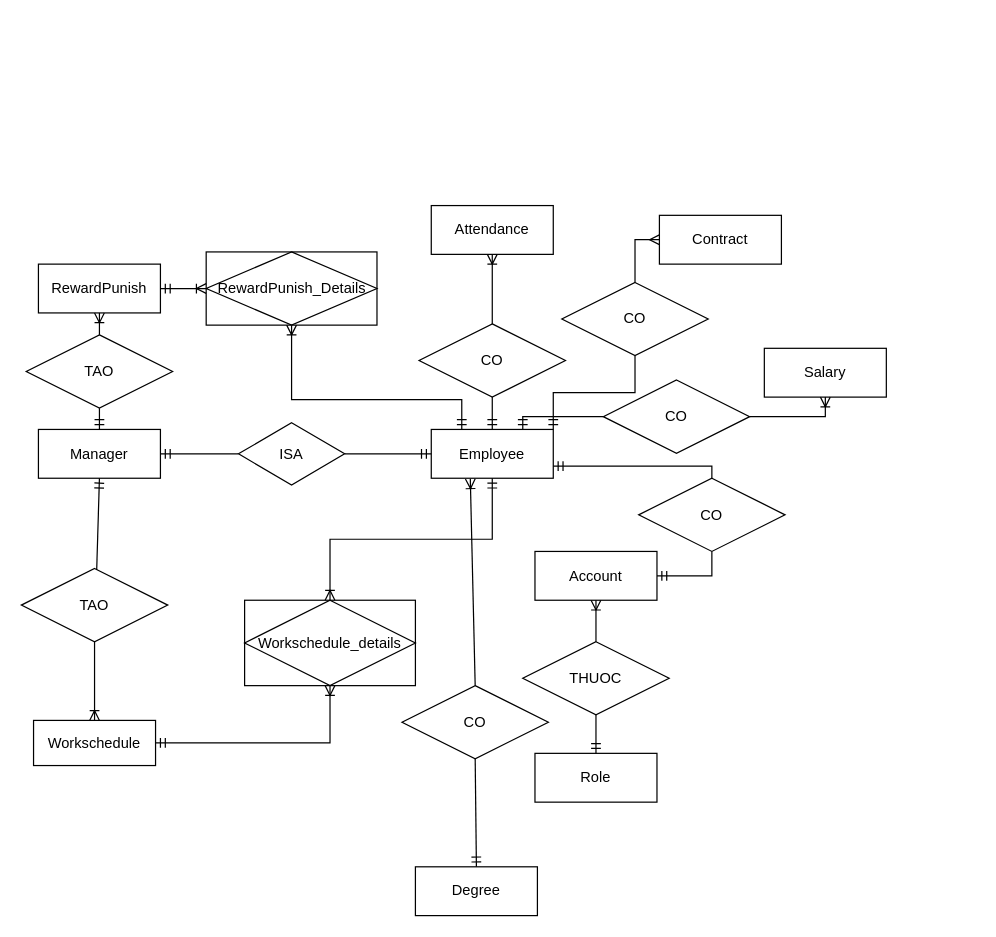
Before: page "Trang-3" (3 of 5) of tttn.drawio in VanTruongPTITHCM2002/DoAnJava, a draw.io diagram. Source tidied: cells renumbered, new cells numbered last; positions are measured from the earlier drawing's top-left corner, leaving out a move shared by most shapes. Both pictures are drawn from the tidied source at 122%, with x=0, y=0 at pixel (21, 205).
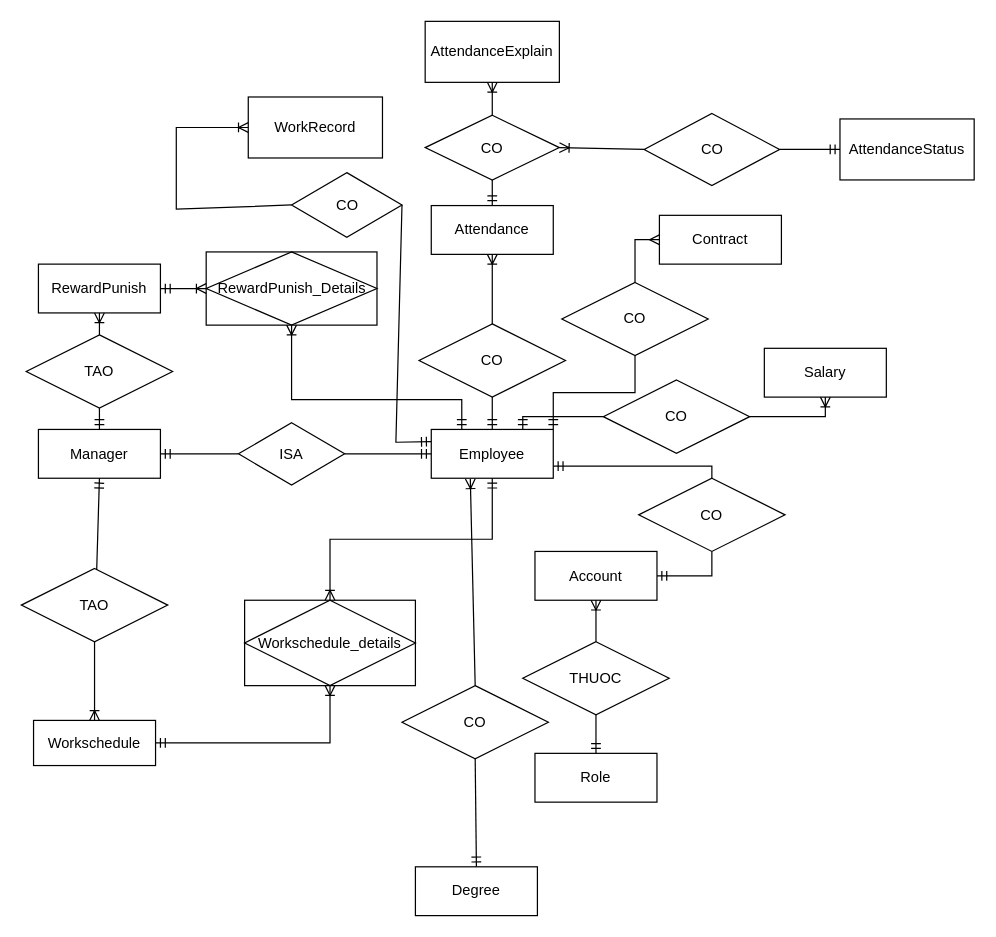
Above is the later version.

Unchanged cells that the change refers to:
```xml
<mxCell id="2" value="Employee" style="whiteSpace=wrap;html=1;align=center;" parent="1" vertex="1">
  <mxGeometry x="336" y="183.5" width="100" height="40" as="geometry" />
</mxCell>
<mxCell id="15" value="Attendance" style="whiteSpace=wrap;html=1;align=center;" parent="1" vertex="1">
  <mxGeometry x="336" width="100" height="40" as="geometry" />
</mxCell>
```

What changed in the source:
```diff
@@
+    <mxCell id="45" value="AttendanceStatus" style="html=1;whiteSpace=wrap;" parent="1" vertex="1">
+      <mxGeometry x="671" y="-71" width="110" height="50" as="geometry" />
+    </mxCell>
+    <mxCell id="46" value="WorkRecord" style="html=1;whiteSpace=wrap;" parent="1" vertex="1">
+      <mxGeometry x="186" y="-89" width="110" height="50" as="geometry" />
+    </mxCell>
+    <mxCell id="47" value="AttendanceExplain" style="html=1;whiteSpace=wrap;" parent="1" vertex="1">
+      <mxGeometry x="331" y="-151" width="110" height="50" as="geometry" />
+    </mxCell>
+    <mxCell id="48" value="CO" style="shape=rhombus;perimeter=rhombusPerimeter;whiteSpace=wrap;html=1;align=center;" parent="1" vertex="1">
+      <mxGeometry x="331" y="-74" width="110" height="53" as="geometry" />
+    </mxCell>
+    <mxCell id="49" style="fontSize=12;html=1;endArrow=ERmandOne;rounded=0;entryX=0.5;entryY=0;entryDx=0;entryDy=0;exitX=0.5;exitY=1;exitDx=0;exitDy=0;" parent="1" edge="1" source="48" target="15">
+      <mxGeometry relative="1" as="geometry" />
+    </mxCell>
+    <mxCell id="50" style="fontSize=12;html=1;endArrow=ERoneToMany;rounded=0;exitX=0.5;exitY=0;exitDx=0;exitDy=0;entryX=0.5;entryY=1;entryDx=0;entryDy=0;" parent="1" edge="1" source="48" target="47">
+      <mxGeometry relative="1" as="geometry" />
+    </mxCell>
+    <mxCell id="51" value="CO" style="shape=rhombus;perimeter=rhombusPerimeter;whiteSpace=wrap;html=1;align=center;" parent="1" vertex="1">
+      <mxGeometry x="510.5" y="-75.5" width="111" height="59" as="geometry" />
+    </mxCell>
+    <mxCell id="52" style="fontSize=12;html=1;endArrow=ERmandOne;rounded=0;exitX=1;exitY=0.5;exitDx=0;exitDy=0;entryX=0;entryY=0.5;entryDx=0;entryDy=0;" parent="1" edge="1" source="51" target="45">
+      <mxGeometry relative="1" as="geometry" />
+    </mxCell>
+    <mxCell id="53" style="fontSize=12;html=1;endArrow=ERoneToMany;rounded=0;exitX=0;exitY=0.5;exitDx=0;exitDy=0;entryX=1;entryY=0.5;entryDx=0;entryDy=0;" parent="1" edge="1" source="51" target="48">
+      <mxGeometry relative="1" as="geometry" />
+    </mxCell>
+    <mxCell id="54" value="CO" style="shape=rhombus;perimeter=rhombusPerimeter;whiteSpace=wrap;html=1;align=center;" parent="1" vertex="1">
+      <mxGeometry x="221.5" y="-27" width="90.5" height="53" as="geometry" />
+    </mxCell>
+    <mxCell id="55" style="fontSize=12;html=1;endArrow=ERmandOne;rounded=0;exitX=1;exitY=0.5;exitDx=0;exitDy=0;entryX=0;entryY=0.25;entryDx=0;entryDy=0;" parent="1" edge="1" source="54" target="2">
+      <mxGeometry relative="1" as="geometry">
+        <Array as="points">
+          <mxPoint x="307" y="194" />
+        </Array>
+      </mxGeometry>
+    </mxCell>
+    <mxCell id="56" style="fontSize=12;html=1;endArrow=ERoneToMany;rounded=0;exitX=0;exitY=0.5;exitDx=0;exitDy=0;entryX=0;entryY=0.5;entryDx=0;entryDy=0;" parent="1" edge="1" source="54" target="46">
+      <mxGeometry relative="1" as="geometry">
+        <Array as="points">
+          <mxPoint x="127" y="3" />
+          <mxPoint x="127" y="-64" />
+        </Array>
+      </mxGeometry>
+    </mxCell>
```
